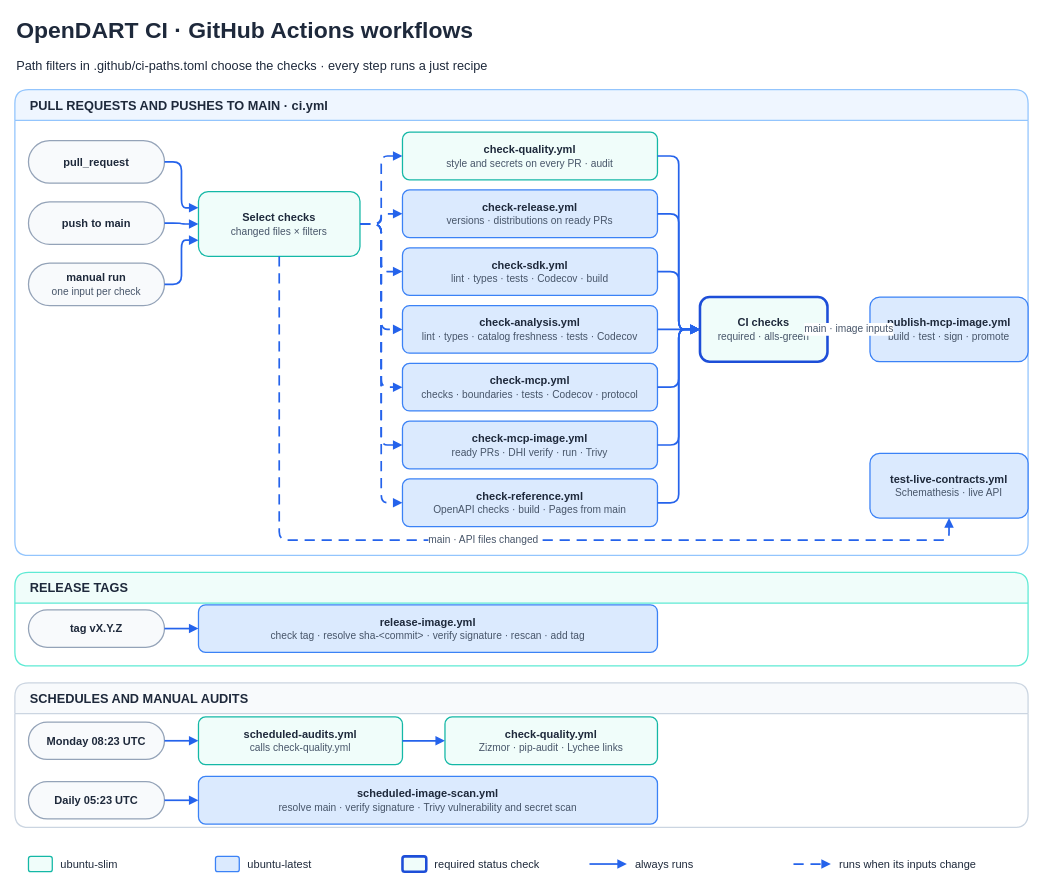
orestxherija/opendart keeps this draw.io diagram as .github/workflows.drawio. Above is the earlier version. Source tidied: cells renumbered, new cells numbered last; positions are measured from the earlier drawing's top-left corner, leaving out a move shared by most shapes. Both pictures are drawn from the tidied source at 85%, with x=0, y=0 at pixel (14, 14).
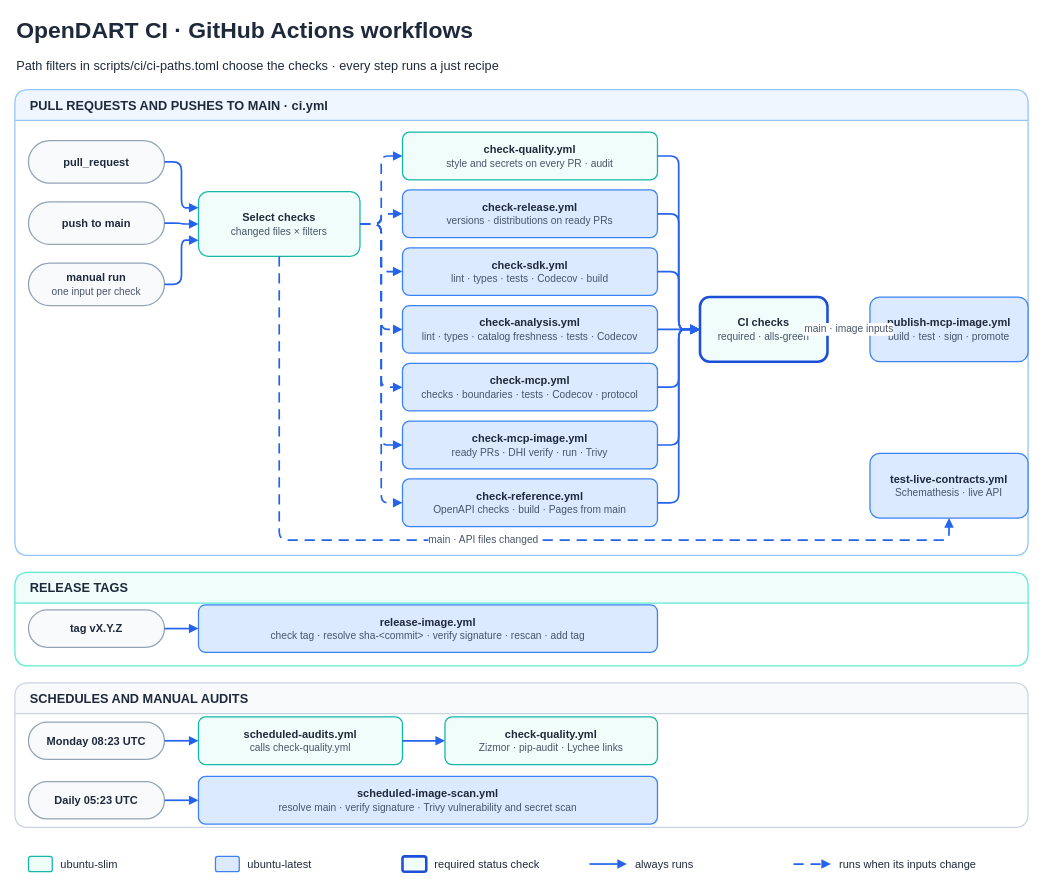
After the change.

The edit, as a diff of the source:
```diff
@@
-    <mxCell id="3" value="Path filters in .github/ci-paths.toml choose the checks · every step runs a just recipe" style="text;html=1;fontFamily=Arial;fontSize=15;fontColor=#1e293b;align=left;verticalAlign=middle;" parent="1" vertex="1">
+    <mxCell id="3" value="Path filters in scripts/ci/ci-paths.toml choose the checks · every step runs a just recipe" style="text;html=1;fontFamily=Arial;fontSize=15;fontColor=#1e293b;align=left;verticalAlign=middle;" parent="1" vertex="1">
       <mxGeometry y="46" width="1192" height="26" as="geometry" />
     </mxCell>
```
